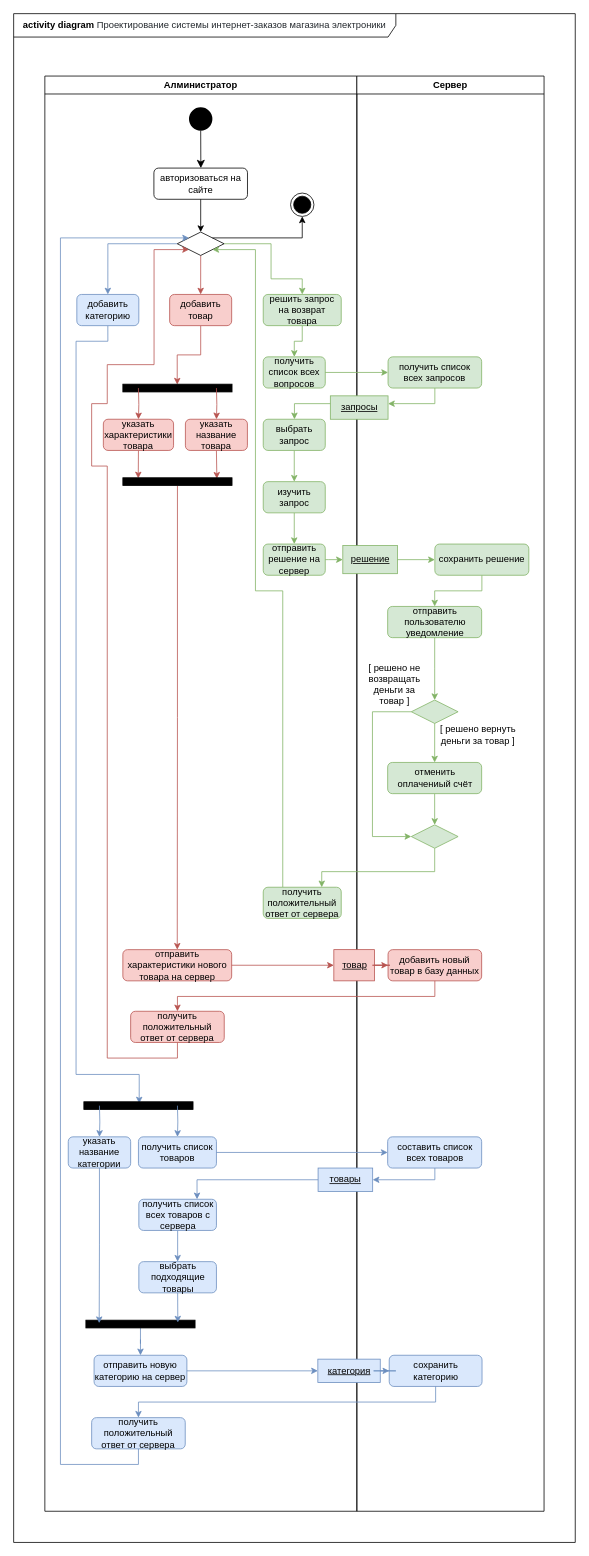
Above: activity_2.drawio in randomunrandom/MSS (draw.io), before the change. Source tidied: cells renumbered, new cells numbered last; positions are measured from the earlier drawing's top-left corner, leaving out a move shared by most shapes. Both pictures are drawn from the tidied source at 78%, with x=0, y=0 at pixel (13, 13).
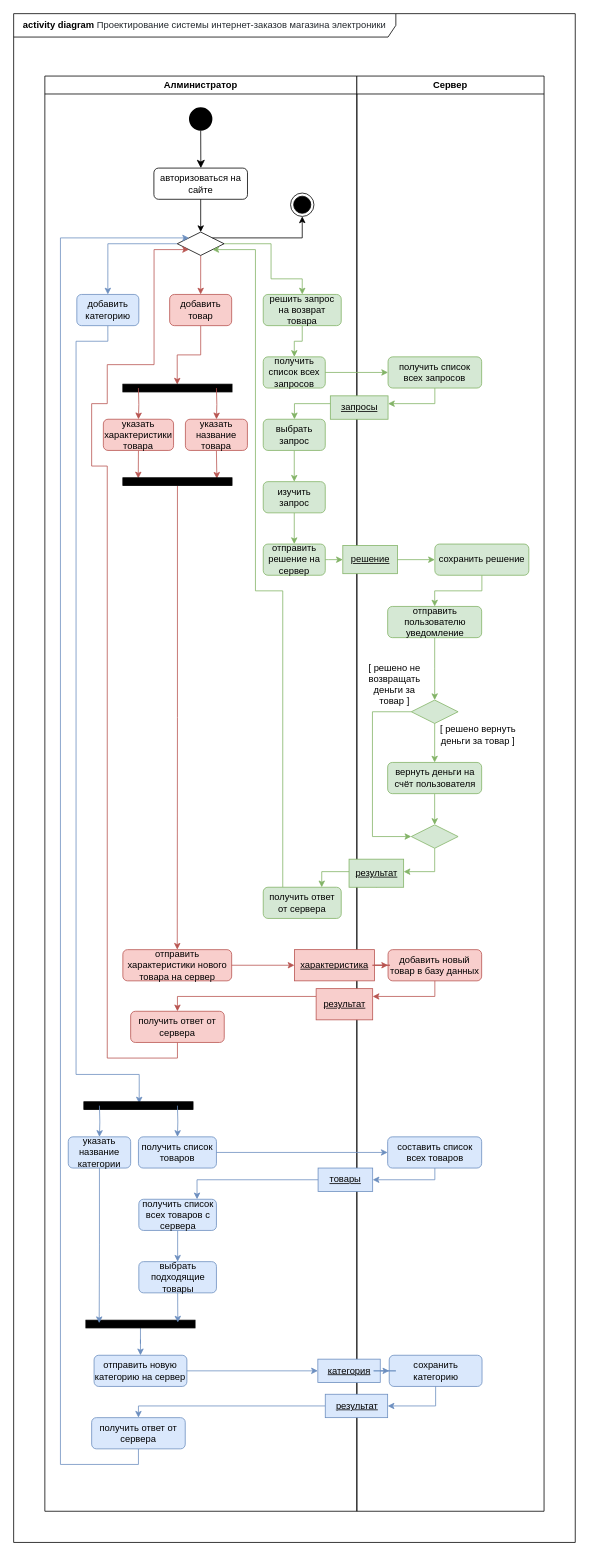
Above is the later version.

The change refers to these unchanged cells:
```xml
<mxCell id="3" value="Алминистратор" style="swimlane;whiteSpace=wrap;" parent="1" vertex="1">
  <mxGeometry x="40" y="80" width="400" height="1840" as="geometry" />
</mxCell>
<mxCell id="55" value="Сервер" style="swimlane;whiteSpace=wrap;" parent="1" vertex="1">
  <mxGeometry x="440" y="80" width="240" height="1840" as="geometry" />
</mxCell>
<mxCell id="66" style="rhombus;whiteSpace=wrap;html=1;strokeColor=#82b366;strokeWidth=1;fillColor=#d5e8d4;" parent="55" vertex="1">
  <mxGeometry x="69.8" y="960" width="60" height="30" as="geometry" />
</mxCell>
<mxCell id="70" value="добавить новый товар в базу данных" style="rounded=1;whiteSpace=wrap;html=1;fontFamily=Helvetica;fontSize=12;align=center;strokeColor=#b85450;fillColor=#f8cecc;" parent="55" vertex="1">
  <mxGeometry x="40" y="1120" width="120" height="40" as="geometry" />
</mxCell>
<mxCell id="71" value="сохранить категорию" style="rounded=1;whiteSpace=wrap;html=1;fontFamily=Helvetica;fontSize=12;align=center;strokeColor=#6c8ebf;fillColor=#dae8fc;" parent="55" vertex="1">
  <mxGeometry x="41.5" y="1640" width="119" height="40" as="geometry" />
</mxCell>
```

The edit, as a diff of the source:
```diff
@@
-    <mxCell id="18" value="получить список всех вопросов" style="rounded=1;whiteSpace=wrap;html=1;fontFamily=Helvetica;fontSize=12;align=center;strokeColor=#82b366;fillColor=#d5e8d4;" parent="3" vertex="1">
+    <mxCell id="18" value="получить список всех запросов" style="rounded=1;whiteSpace=wrap;html=1;fontFamily=Helvetica;fontSize=12;align=center;strokeColor=#82b366;fillColor=#d5e8d4;" parent="3" vertex="1">
       <mxGeometry x="280" y="360" width="79.5" height="40" as="geometry" />
     </mxCell>
@@
-    <mxCell id="25" value="получить положительный ответ от сервера" style="rounded=1;whiteSpace=wrap;html=1;fontFamily=Helvetica;fontSize=12;align=center;strokeColor=#82b366;fillColor=#d5e8d4;" parent="3" vertex="1">
+    <mxCell id="25" value="получить ответ от сервера" style="rounded=1;whiteSpace=wrap;html=1;fontFamily=Helvetica;fontSize=12;align=center;strokeColor=#82b366;fillColor=#d5e8d4;" parent="3" vertex="1">
       <mxGeometry x="280" y="1040" width="100" height="40" as="geometry" />
     </mxCell>
@@
-    <mxCell id="37" value="получить положительный ответ от сервера" style="rounded=1;whiteSpace=wrap;html=1;fontFamily=Helvetica;fontSize=12;align=center;strokeColor=#b85450;fillColor=#f8cecc;" parent="3" vertex="1">
+    <mxCell id="37" value="получить ответ от сервера" style="rounded=1;whiteSpace=wrap;html=1;fontFamily=Helvetica;fontSize=12;align=center;strokeColor=#b85450;fillColor=#f8cecc;" parent="3" vertex="1">
       <mxGeometry x="110" y="1199" width="120" height="40" as="geometry" />
     </mxCell>
@@
-    <mxCell id="50" value="получить положительный ответ от сервера" style="rounded=1;whiteSpace=wrap;html=1;fontFamily=Helvetica;fontSize=12;align=center;strokeColor=#6c8ebf;fillColor=#dae8fc;" parent="3" vertex="1">
+    <mxCell id="50" value="получить ответ от сервера" style="rounded=1;whiteSpace=wrap;html=1;fontFamily=Helvetica;fontSize=12;align=center;strokeColor=#6c8ebf;fillColor=#dae8fc;" parent="3" vertex="1">
       <mxGeometry x="60" y="1720" width="120" height="40" as="geometry" />
     </mxCell>
@@
-    <mxCell id="63" value="отменить оплачениый счёт" style="rounded=1;whiteSpace=wrap;html=1;fontFamily=Helvetica;fontSize=12;align=center;strokeColor=#82b366;fillColor=#d5e8d4;" parent="55" vertex="1">
+    <mxCell id="63" value="вернуть деньги на счёт пользователя" style="rounded=1;whiteSpace=wrap;html=1;fontFamily=Helvetica;fontSize=12;align=center;strokeColor=#82b366;fillColor=#d5e8d4;" parent="55" vertex="1">
       <mxGeometry x="39.5" y="880" width="120.5" height="40" as="geometry" />
     </mxCell>
@@
-    <mxCell id="77" value="&lt;u&gt;товар&lt;/u&gt;" style="html=1;strokeColor=#b85450;fillColor=#f8cecc;" parent="55" vertex="1">
-      <mxGeometry x="-29.5" y="1120" width="52" height="40" as="geometry" />
+    <mxCell id="77" value="&lt;u&gt;характеристика&lt;/u&gt;" style="html=1;strokeColor=#b85450;fillColor=#f8cecc;" parent="55" vertex="1">
+      <mxGeometry x="-80" y="1120" width="102.5" height="40" as="geometry" />
     </mxCell>
@@
-    <mxCell id="83" style="edgeStyle=orthogonalEdgeStyle;rounded=0;jettySize=auto;html=1;exitX=0.5;exitY=1;exitDx=0;exitDy=0;entryX=0.75;entryY=0;entryDx=0;entryDy=0;fillColor=#d5e8d4;strokeColor=#82b366;" parent="1" edge="1" source="66" target="25">
+    <mxCell id="83" style="edgeStyle=orthogonalEdgeStyle;rounded=0;jettySize=auto;html=1;exitX=0.5;exitY=1;exitDx=0;exitDy=0;entryX=0.75;entryY=0;entryDx=0;entryDy=0;fillColor=#d5e8d4;strokeColor=#82b366;" parent="1" edge="1" source="97" target="25">
       <mxGeometry relative="1" as="geometry">
         <Array as="points">
-          <mxPoint x="540" y="1100" />
           <mxPoint x="395" y="1100" />
         </Array>
       </mxGeometry>
     </mxCell>
-    <mxCell id="84" style="edgeStyle=orthogonalEdgeStyle;rounded=0;jettySize=auto;html=1;fillColor=#f8cecc;strokeColor=#b85450;" parent="1" edge="1" source="70" target="37">
+    <mxCell id="84" style="edgeStyle=orthogonalEdgeStyle;rounded=0;jettySize=auto;html=1;fillColor=#f8cecc;strokeColor=#b85450;" parent="1" edge="1" source="93" target="37">
       <mxGeometry relative="1" as="geometry">
         <Array as="points">
-          <mxPoint x="540" y="1260" />
           <mxPoint x="210" y="1260" />
         </Array>
       </mxGeometry>
     </mxCell>
-    <mxCell id="85" style="edgeStyle=orthogonalEdgeStyle;rounded=0;jettySize=auto;html=1;exitX=0.5;exitY=1;exitDx=0;exitDy=0;entryX=0.5;entryY=0;entryDx=0;entryDy=0;fillColor=#dae8fc;strokeColor=#6c8ebf;" parent="1" edge="1" source="71" target="50">
-      <mxGeometry relative="1" as="geometry" />
+    <mxCell id="85" style="edgeStyle=orthogonalEdgeStyle;rounded=0;jettySize=auto;html=1;exitX=0;exitY=0.5;exitDx=0;exitDy=0;entryX=0.5;entryY=0;entryDx=0;entryDy=0;fillColor=#dae8fc;strokeColor=#6c8ebf;" parent="1" edge="1" source="95" target="50">
+      <mxGeometry relative="1" as="geometry">
+        <Array as="points">
+          <mxPoint x="160" y="1785" />
+        </Array>
+      </mxGeometry>
     </mxCell>
@@
+    <mxCell id="93" value="&lt;u&gt;результат&lt;/u&gt;" style="html=1;strokeColor=#b85450;fillColor=#f8cecc;" parent="1" vertex="1">
+      <mxGeometry x="387.8" y="1250" width="72.5" height="40" as="geometry" />
+    </mxCell>
+    <mxCell id="94" style="edgeStyle=orthogonalEdgeStyle;rounded=0;jettySize=auto;html=1;fillColor=#f8cecc;strokeColor=#b85450;" parent="1" edge="1" source="70" target="93">
+      <mxGeometry relative="1" as="geometry">
+        <Array as="points">
+          <mxPoint x="540" y="1260" />
+        </Array>
+      </mxGeometry>
+    </mxCell>
+    <mxCell id="95" value="&lt;u&gt;результат&lt;/u&gt;" style="html=1;strokeColor=#6c8ebf;fillColor=#dae8fc;" parent="1" vertex="1">
+      <mxGeometry x="399.5" y="1770" width="80" height="30" as="geometry" />
+    </mxCell>
+    <mxCell id="96" style="edgeStyle=orthogonalEdgeStyle;rounded=0;jettySize=auto;html=1;exitX=0.5;exitY=1;exitDx=0;exitDy=0;entryX=1;entryY=0.5;entryDx=0;entryDy=0;fillColor=#dae8fc;strokeColor=#6c8ebf;" parent="1" edge="1" source="71" target="95">
+      <mxGeometry relative="1" as="geometry" />
+    </mxCell>
+    <mxCell id="97" value="&lt;u&gt;результат&lt;/u&gt;" style="html=1;fillColor=#d5e8d4;strokeColor=#82b366;" parent="1" vertex="1">
+      <mxGeometry x="430" y="1084" width="70" height="36" as="geometry" />
+    </mxCell>
+    <mxCell id="98" style="edgeStyle=orthogonalEdgeStyle;rounded=0;jettySize=auto;html=1;exitX=0.5;exitY=1;exitDx=0;exitDy=0;fillColor=#d5e8d4;strokeColor=#82b366;" parent="1" edge="1" source="66">
+      <mxGeometry relative="1" as="geometry">
+        <mxPoint x="500" y="1100" as="targetPoint" />
+        <Array as="points">
+          <mxPoint x="540" y="1100" />
+        </Array>
+      </mxGeometry>
+    </mxCell>
```
